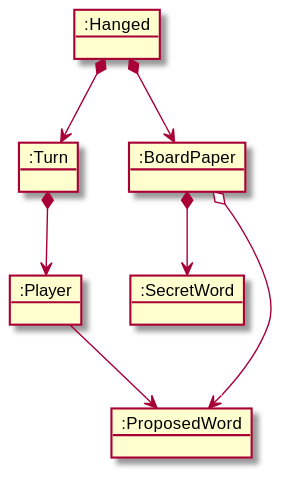
Above: requirements/images/InitalState.svg in VladCode97/Hanged-Master (PlantUML), before the change. Source of this version:
```plantuml
@startuml
Object ":Hanged" as Hanged
Object ":Turn" as Turn
Object ":Player" as Player
Object ":BoardPaper" as BoardPaper
Object ":SecretWord" as SecretWord
Object ":ProposedWord" as ProposedWord



Hanged *--> Turn
Turn *--> Player
Player --> ProposedWord
Hanged *--> BoardPaper
BoardPaper *--> SecretWord
BoardPaper o--> ProposedWord

@enduml
```
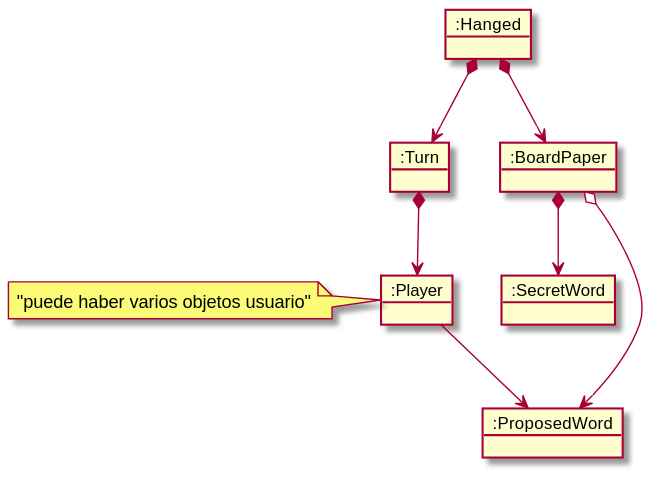
The same file after the commit.

Diff of the diagram source:
```diff
@@ -10,6 +10,7 @@
 
 Hanged *--> Turn
 Turn *--> Player
+note left: "puede haber varios objetos usuario"
 Player --> ProposedWord
 Hanged *--> BoardPaper
 BoardPaper *--> SecretWord
```
